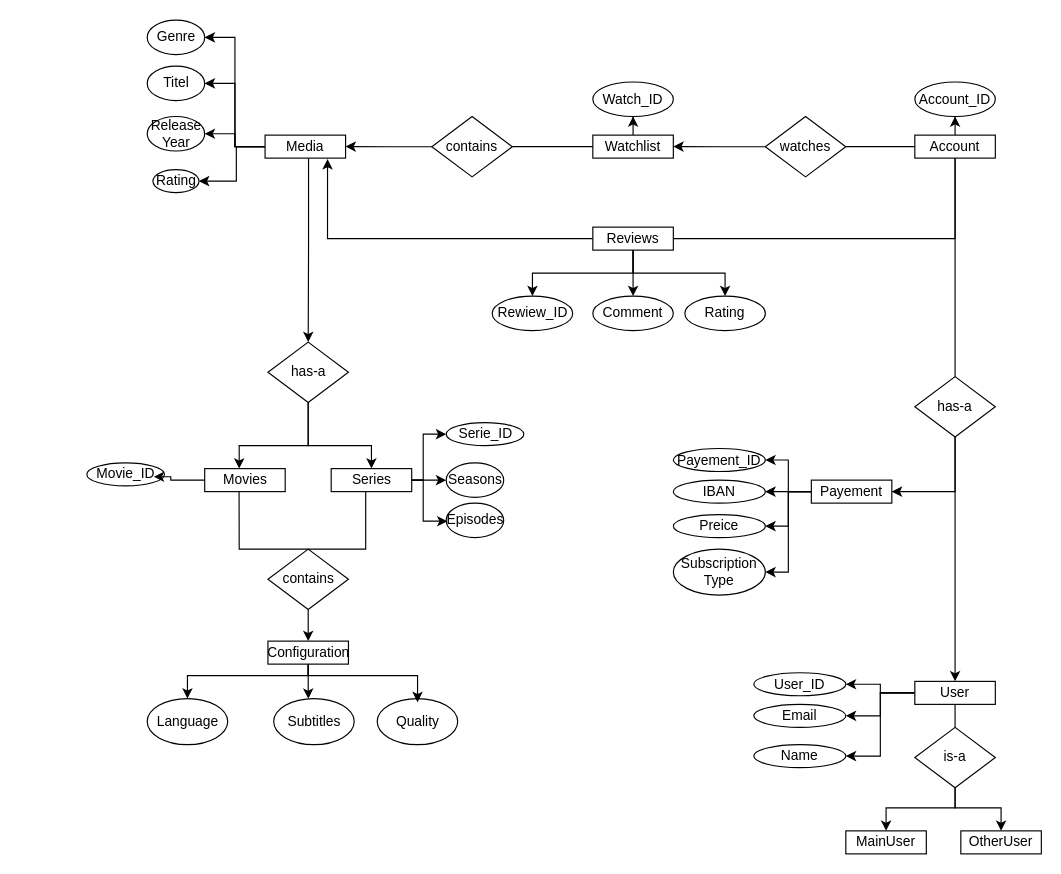
The draw.io diagram draw_io/ER.drawio in KevinGarrison/DataEngineeringProjects, before the edit. Source tidied: cells renumbered, new cells numbered last; positions are measured from the earlier drawing's top-left corner, leaving out a move shared by most shapes. Both pictures are drawn from the tidied source at 115%, with x=0, y=0 at pixel (86, 20).
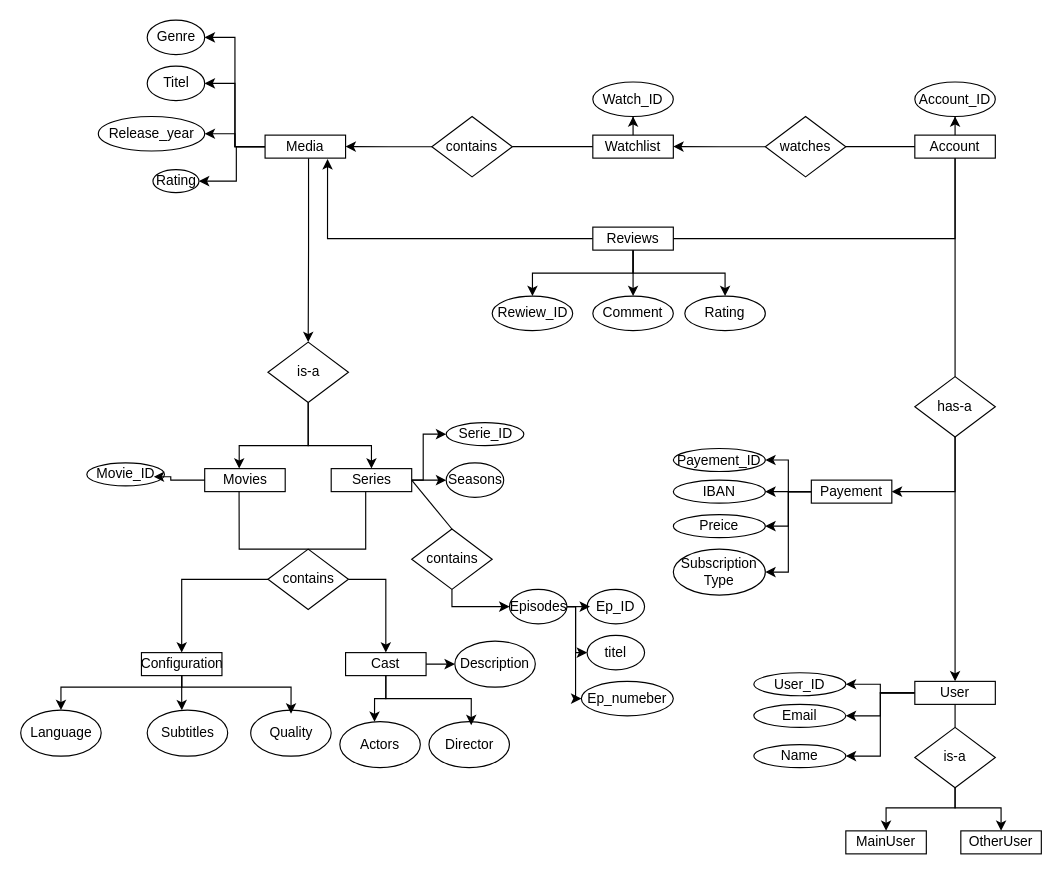
The same diagram, later.

The change refers to these unchanged cells:
```xml
<mxCell id="14" value="Series" style="rounded=0;whiteSpace=wrap;html=1;" parent="1" vertex="1">
  <mxGeometry x="212.5" y="390" width="70" height="20" as="geometry" />
</mxCell>
<mxCell id="25" value="contains" style="rhombus;whiteSpace=wrap;html=1;" parent="1" vertex="1">
  <mxGeometry x="157.5" y="460" width="70" height="52.5" as="geometry" />
</mxCell>
```

Change to the diagram source:
```diff
@@
-    <mxCell id="11" value="has-a" style="rhombus;whiteSpace=wrap;html=1;" parent="1" vertex="1">
+    <mxCell id="11" value="is-a" style="rhombus;whiteSpace=wrap;html=1;" parent="1" vertex="1">
       <mxGeometry x="157.5" y="280" width="70" height="52.5" as="geometry" />
     </mxCell>
@@
+    <mxCell id="83" style="edgeStyle=orthogonalEdgeStyle;rounded=0;jettySize=auto;html=1;entryX=0;entryY=0.5;entryDx=0;entryDy=0;" parent="1" edge="1" source="20" target="86">
+      <mxGeometry relative="1" as="geometry">
+        <Array as="points">
+          <mxPoint x="425" y="510" />
+          <mxPoint x="425" y="550" />
+        </Array>
+      </mxGeometry>
+    </mxCell>
+    <mxCell id="84" style="edgeStyle=orthogonalEdgeStyle;rounded=0;jettySize=auto;html=1;entryX=0;entryY=0.5;entryDx=0;entryDy=0;" parent="1" edge="1" source="20" target="87">
+      <mxGeometry relative="1" as="geometry">
+        <Array as="points">
+          <mxPoint x="425" y="510" />
+        </Array>
+      </mxGeometry>
+    </mxCell>
     <mxCell id="20" value="Episodes" style="ellipse;whiteSpace=wrap;html=1;" parent="1" vertex="1">
-      <mxGeometry x="312.5" y="420" width="50" height="30" as="geometry" />
+      <mxGeometry x="367.5" y="495" width="50" height="30" as="geometry" />
     </mxCell>
-    <mxCell id="21" style="edgeStyle=orthogonalEdgeStyle;rounded=0;jettySize=auto;html=1;entryX=0.022;entryY=0.524;entryDx=0;entryDy=0;entryPerimeter=0;" parent="1" edge="1" source="14" target="20">
-      <mxGeometry relative="1" as="geometry">
-        <Array as="points">
-          <mxPoint x="292.5" y="400" />
-          <mxPoint x="292.5" y="436" />
-        </Array>
-      </mxGeometry>
-    </mxCell>
     <mxCell id="22" style="edgeStyle=orthogonalEdgeStyle;rounded=0;jettySize=auto;html=1;entryX=0.5;entryY=0;entryDx=0;entryDy=0;" parent="1" edge="1" source="23" target="28">
       <mxGeometry relative="1" as="geometry">
         <Array as="points">
-          <mxPoint x="192.5" y="570" />
-          <mxPoint x="87.5" y="570" />
+          <mxPoint x="82.5" y="580" />
+          <mxPoint x="-22.5" y="580" />
         </Array>
       </mxGeometry>
     </mxCell>
     <mxCell id="23" value="Configuration" style="rounded=0;whiteSpace=wrap;html=1;" parent="1" vertex="1">
-      <mxGeometry x="157.5" y="540" width="70" height="20" as="geometry" />
+      <mxGeometry x="47.5" y="550" width="70" height="20" as="geometry" />
     </mxCell>
@@
     <mxCell id="28" value="Language" style="ellipse;whiteSpace=wrap;html=1;" parent="1" vertex="1">
-      <mxGeometry x="52.5" y="590" width="70" height="40" as="geometry" />
+      <mxGeometry x="-57.5" y="600" width="70" height="40" as="geometry" />
     </mxCell>
     <mxCell id="29" value="Subtitles" style="ellipse;whiteSpace=wrap;html=1;" parent="1" vertex="1">
-      <mxGeometry x="162.5" y="590" width="70" height="40" as="geometry" />
+      <mxGeometry x="52.5" y="600" width="70" height="40" as="geometry" />
     </mxCell>
     <mxCell id="30" value="Quality" style="ellipse;whiteSpace=wrap;html=1;" parent="1" vertex="1">
-      <mxGeometry x="252.5" y="590" width="70" height="40" as="geometry" />
+      <mxGeometry x="142.5" y="600" width="70" height="40" as="geometry" />
     </mxCell>
@@
     <mxCell id="32" style="edgeStyle=orthogonalEdgeStyle;rounded=0;jettySize=auto;html=1;entryX=0.501;entryY=0.077;entryDx=0;entryDy=0;entryPerimeter=0;" parent="1" edge="1" source="23" target="30">
       <mxGeometry relative="1" as="geometry">
         <Array as="points">
-          <mxPoint x="192.5" y="570" />
-          <mxPoint x="287.5" y="570" />
+          <mxPoint x="82.5" y="580" />
+          <mxPoint x="177.5" y="580" />
         </Array>
       </mxGeometry>
     </mxCell>
@@
-    <mxCell id="80" value="Release&lt;div&gt;Year&lt;/div&gt;" style="ellipse;whiteSpace=wrap;html=1;" parent="1" vertex="1">
-      <mxGeometry x="52.5" y="83.8" width="50" height="30" as="geometry" />
+    <mxCell id="80" value="Release_year" style="ellipse;whiteSpace=wrap;html=1;" parent="1" vertex="1">
+      <mxGeometry x="10" y="83.8" width="92.5" height="30" as="geometry" />
     </mxCell>
@@
+    <mxCell id="85" value="Ep_ID" style="ellipse;whiteSpace=wrap;html=1;" parent="1" vertex="1">
+      <mxGeometry x="435" y="495" width="50" height="30" as="geometry" />
+    </mxCell>
+    <mxCell id="86" value="titel" style="ellipse;whiteSpace=wrap;html=1;" parent="1" vertex="1">
+      <mxGeometry x="435" y="535" width="50" height="30" as="geometry" />
+    </mxCell>
+    <mxCell id="87" value="Ep_numeber" style="ellipse;whiteSpace=wrap;html=1;" parent="1" vertex="1">
+      <mxGeometry x="430" y="575" width="80" height="30" as="geometry" />
+    </mxCell>
+    <mxCell id="88" style="edgeStyle=orthogonalEdgeStyle;rounded=0;jettySize=auto;html=1;entryX=0.04;entryY=0.515;entryDx=0;entryDy=0;entryPerimeter=0;" parent="1" edge="1" source="20" target="85">
+      <mxGeometry relative="1" as="geometry" />
+    </mxCell>
+    <mxCell id="89" style="edgeStyle=orthogonalEdgeStyle;rounded=0;jettySize=auto;html=1;entryX=0;entryY=0.5;entryDx=0;entryDy=0;" parent="1" edge="1" source="90" target="20">
+      <mxGeometry relative="1" as="geometry">
+        <Array as="points">
+          <mxPoint x="318" y="510" />
+        </Array>
+      </mxGeometry>
+    </mxCell>
+    <mxCell id="90" value="contains" style="rhombus;whiteSpace=wrap;html=1;" parent="1" vertex="1">
+      <mxGeometry x="282.5" y="442.5" width="70" height="52.5" as="geometry" />
+    </mxCell>
+    <mxCell id="91" style="endArrow=none;html=1;rounded=0;entryX=1;entryY=0.5;entryDx=0;entryDy=0;exitX=0.5;exitY=0;exitDx=0;exitDy=0;" parent="1" edge="1" source="90" target="14">
+      <mxGeometry relative="1" as="geometry" />
+    </mxCell>
+    <mxCell id="92" style="edgeStyle=orthogonalEdgeStyle;rounded=0;jettySize=auto;html=1;entryX=0;entryY=0.5;entryDx=0;entryDy=0;" parent="1" edge="1" source="93" target="99">
+      <mxGeometry relative="1" as="geometry" />
+    </mxCell>
+    <mxCell id="93" value="Cast" style="rounded=0;whiteSpace=wrap;html=1;" parent="1" vertex="1">
+      <mxGeometry x="225" y="550" width="70" height="20" as="geometry" />
+    </mxCell>
+    <mxCell id="94" value="Actors" style="ellipse;whiteSpace=wrap;html=1;" parent="1" vertex="1">
+      <mxGeometry x="220" y="610" width="70" height="40" as="geometry" />
+    </mxCell>
+    <mxCell id="95" value="Director" style="ellipse;whiteSpace=wrap;html=1;" parent="1" vertex="1">
+      <mxGeometry x="297.5" y="610" width="70" height="40" as="geometry" />
+    </mxCell>
+    <mxCell id="96" style="edgeStyle=orthogonalEdgeStyle;rounded=0;jettySize=auto;html=1;entryX=0.431;entryY=0.004;entryDx=0;entryDy=0;entryPerimeter=0;" parent="1" edge="1" source="93" target="94">
+      <mxGeometry relative="1" as="geometry" />
+    </mxCell>
+    <mxCell id="97" style="edgeStyle=orthogonalEdgeStyle;rounded=0;jettySize=auto;html=1;entryX=0.525;entryY=0.078;entryDx=0;entryDy=0;entryPerimeter=0;exitX=0.5;exitY=1;exitDx=0;exitDy=0;" parent="1" edge="1" source="93" target="95">
+      <mxGeometry relative="1" as="geometry" />
+    </mxCell>
+    <mxCell id="98" style="edgeStyle=orthogonalEdgeStyle;rounded=0;jettySize=auto;html=1;entryX=0.5;entryY=0;entryDx=0;entryDy=0;exitX=1;exitY=0.5;exitDx=0;exitDy=0;" parent="1" edge="1" source="25" target="93">
+      <mxGeometry relative="1" as="geometry" />
+    </mxCell>
+    <mxCell id="99" value="Description" style="ellipse;whiteSpace=wrap;html=1;" parent="1" vertex="1">
+      <mxGeometry x="320" y="540" width="70" height="40" as="geometry" />
+    </mxCell>
```
